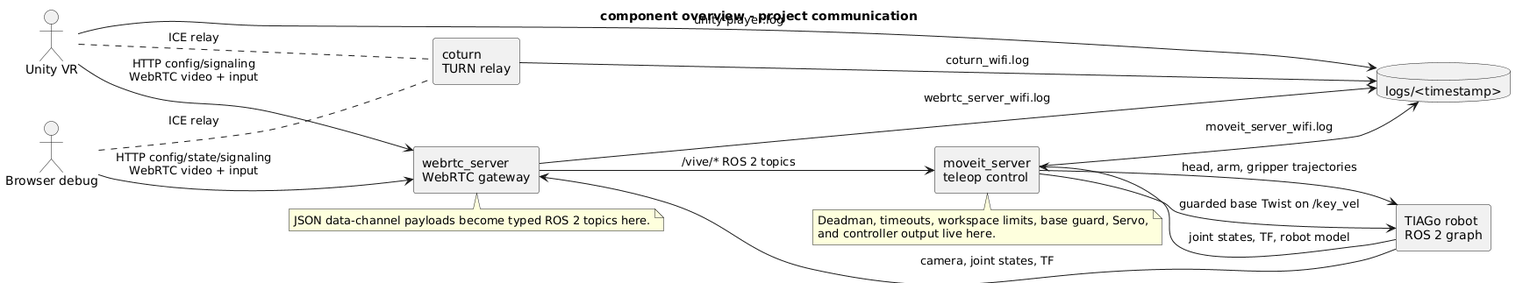
Above: docs/architecture/component/overview.png in ichores-research/vive_teleop (PlantUML), before the change.
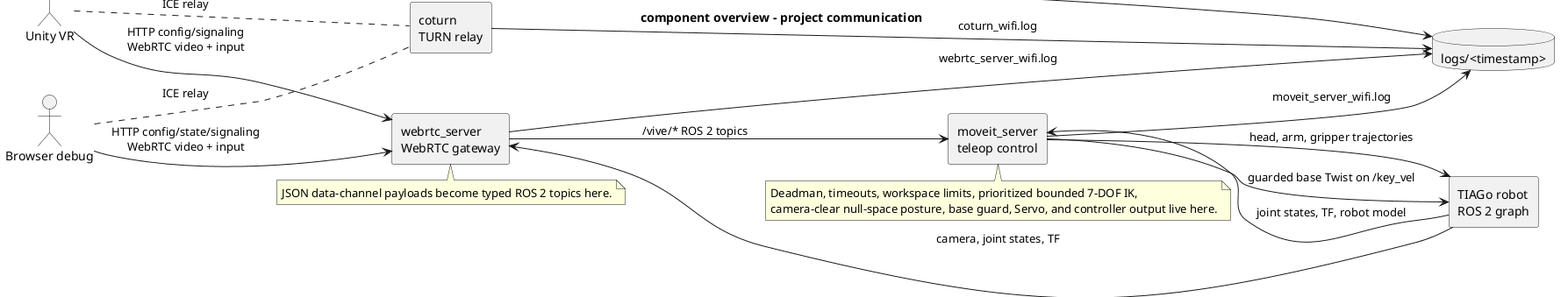
After the commit.

Diff of the diagram source:
```diff
@@ -38,8 +38,8 @@
 end note
 
 note bottom of MoveItServer
-  Deadman, timeouts, workspace limits, base guard, Servo,
-  and controller output live here.
+  Deadman, timeouts, workspace limits, prioritized bounded 7-DOF IK,
+  camera-clear null-space posture, base guard, Servo, and controller output live here.
 end note
 
 @enduml
```
